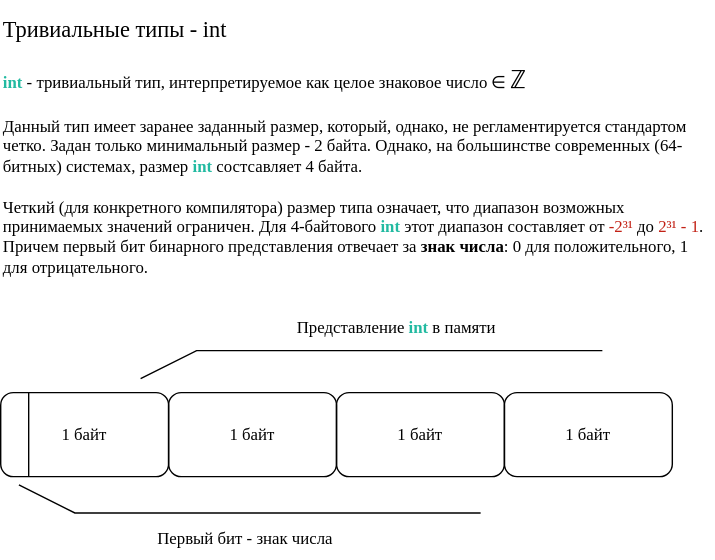
Before: img/svg/Lec-03/C++-Lec-03.02-trivial-types-01-int.svg, a diagram exported from draw.io (Arugaf/IU5-Lectures). Source tidied: cells renumbered, new cells last; positions are measured from the earlier drawing's top-left corner, leaving out a move shared by most shapes. Source of this version:
```xml
<mxGraphModel>
  <root>
    <mxCell id="0" />
    <mxCell id="1" parent="0" />
    <mxCell id="2" value="&lt;div style=&quot;&quot;&gt;&lt;font face=&quot;Comfortaa&quot;&gt;&lt;span style=&quot;font-size: 16px;&quot;&gt;Тривиальные типы - int&lt;/span&gt;&lt;/font&gt;&lt;/div&gt;" style="text;html=1;strokeColor=none;fillColor=none;align=left;verticalAlign=middle;whiteSpace=wrap;rounded=0;" parent="1" vertex="1">
      <mxGeometry width="470" height="40" as="geometry" />
    </mxCell>
    <mxCell id="3" value="&lt;b&gt;&lt;font color=&quot;#22baa1&quot;&gt;int&lt;/font&gt;&lt;/b&gt; - тривиальный тип, интерпретируемое как целое знаковое число&amp;nbsp;∈ &lt;font style=&quot;font-size: 18px;&quot;&gt;ℤ&lt;/font&gt;&lt;br&gt;&lt;br&gt;Данный тип имеет заранее заданный размер, который, однако, не регламентируется стандартом четко. Задан только минимальный размер - 2 байта. Однако, на большинстве современных (64-битных) системах, размер &lt;b&gt;&lt;font color=&quot;#22baa1&quot;&gt;int&lt;/font&gt;&lt;/b&gt; состсавляет 4 байта.&lt;br&gt;&lt;br&gt;Четкий (для конкретного компилятора) размер типа означает, что диапазон возможных принимаемых значений ограничен. Для 4-байтового &lt;b&gt;&lt;font color=&quot;#22baa1&quot;&gt;int&lt;/font&gt;&lt;/b&gt; этот диапазон составляет от &lt;font style=&quot;&quot; color=&quot;#c22115&quot;&gt;-2³¹&lt;/font&gt; до &lt;font color=&quot;#c22115&quot;&gt;2³¹&amp;nbsp;- 1&lt;/font&gt;. Причем первый бит бинарного представления отвечает за &lt;b&gt;знак числа&lt;/b&gt;: 0 для положительного, 1 для отрицательного." style="text;html=1;strokeColor=none;fillColor=none;align=left;verticalAlign=top;whiteSpace=wrap;rounded=0;fontFamily=Comfortaa;fontSource=https%3A%2F%2Ffonts.googleapis.com%2Fcss%3Ffamily%3DComfortaa;" parent="1" vertex="1">
      <mxGeometry y="40" width="510" height="200" as="geometry" />
    </mxCell>
    <mxCell id="4" value="&lt;font face=&quot;Comfortaa&quot;&gt;1 байт&lt;/font&gt;" style="rounded=1;whiteSpace=wrap;html=1;fillColor=none;" parent="1" vertex="1">
      <mxGeometry y="280" width="120" height="60" as="geometry" />
    </mxCell>
    <mxCell id="5" value="&lt;font face=&quot;Comfortaa&quot;&gt;1 байт&lt;/font&gt;" style="rounded=1;whiteSpace=wrap;html=1;fillColor=none;" parent="1" vertex="1">
      <mxGeometry x="120" y="280" width="120" height="60" as="geometry" />
    </mxCell>
    <mxCell id="6" value="&lt;font face=&quot;Comfortaa&quot;&gt;1 байт&lt;/font&gt;" style="rounded=1;whiteSpace=wrap;html=1;fillColor=none;" parent="1" vertex="1">
      <mxGeometry x="240" y="280" width="120" height="60" as="geometry" />
    </mxCell>
    <mxCell id="7" value="&lt;font face=&quot;Comfortaa&quot;&gt;1 байт&lt;/font&gt;" style="rounded=1;whiteSpace=wrap;html=1;fillColor=none;" parent="1" vertex="1">
      <mxGeometry x="360" y="280" width="120" height="60" as="geometry" />
    </mxCell>
    <mxCell id="8" style="endArrow=none;html=1;rounded=0;" parent="1" edge="1">
      <mxGeometry relative="1" as="geometry">
        <mxPoint x="13" y="346" as="sourcePoint" />
        <mxPoint x="343" y="366" as="targetPoint" />
        <Array as="points">
          <mxPoint x="53" y="366" />
        </Array>
      </mxGeometry>
    </mxCell>
    <mxCell id="9" value="Представление &lt;b&gt;&lt;font color=&quot;#22baa1&quot;&gt;int&lt;/font&gt;&lt;/b&gt; в памяти" style="text;html=1;strokeColor=none;fillColor=none;align=left;verticalAlign=top;whiteSpace=wrap;rounded=0;fontFamily=Comfortaa;fontSource=https%3A%2F%2Ffonts.googleapis.com%2Fcss%3Ffamily%3DComfortaa;" parent="1" vertex="1">
      <mxGeometry x="210" y="220" width="210" height="30" as="geometry" />
    </mxCell>
    <mxCell id="10" value="Первый бит - знак числа" style="text;html=1;strokeColor=none;fillColor=none;align=center;verticalAlign=middle;whiteSpace=wrap;rounded=0;fontFamily=Comfortaa;fontSource=https%3A%2F%2Ffonts.googleapis.com%2Fcss%3Ffamily%3DComfortaa;" parent="1" vertex="1">
      <mxGeometry x="90" y="370" width="170" height="30" as="geometry" />
    </mxCell>
    <mxCell id="11" style="endArrow=none;html=1;rounded=0;" parent="1" edge="1">
      <mxGeometry relative="1" as="geometry">
        <mxPoint x="20" y="340" as="sourcePoint" />
        <mxPoint x="20" y="280" as="targetPoint" />
      </mxGeometry>
    </mxCell>
    <mxCell id="12" style="endArrow=none;html=1;rounded=0;" parent="1" edge="1">
      <mxGeometry relative="1" as="geometry">
        <mxPoint x="100" y="270" as="sourcePoint" />
        <mxPoint x="430" y="250" as="targetPoint" />
        <Array as="points">
          <mxPoint x="140" y="250" />
        </Array>
      </mxGeometry>
    </mxCell>
  </root>
</mxGraphModel>
```
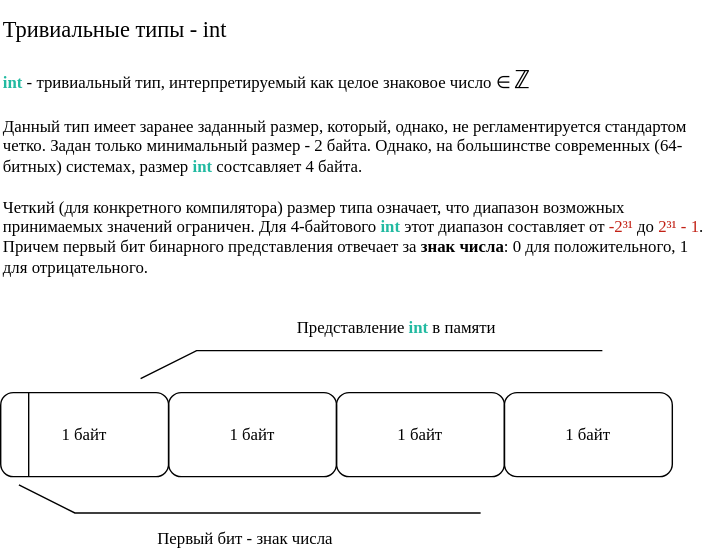
After the change.

Diff of the diagram source:
```diff
@@ -5,7 +5,7 @@
     <mxCell id="2" value="&lt;div style=&quot;&quot;&gt;&lt;font face=&quot;Comfortaa&quot;&gt;&lt;span style=&quot;font-size: 16px;&quot;&gt;Тривиальные типы - int&lt;/span&gt;&lt;/font&gt;&lt;/div&gt;" style="text;html=1;strokeColor=none;fillColor=none;align=left;verticalAlign=middle;whiteSpace=wrap;rounded=0;" parent="1" vertex="1">
       <mxGeometry width="470" height="40" as="geometry" />
     </mxCell>
-    <mxCell id="3" value="&lt;b&gt;&lt;font color=&quot;#22baa1&quot;&gt;int&lt;/font&gt;&lt;/b&gt; - тривиальный тип, интерпретируемое как целое знаковое число&amp;nbsp;∈ &lt;font style=&quot;font-size: 18px;&quot;&gt;ℤ&lt;/font&gt;&lt;br&gt;&lt;br&gt;Данный тип имеет заранее заданный размер, который, однако, не регламентируется стандартом четко. Задан только минимальный размер - 2 байта. Однако, на большинстве современных (64-битных) системах, размер &lt;b&gt;&lt;font color=&quot;#22baa1&quot;&gt;int&lt;/font&gt;&lt;/b&gt; состсавляет 4 байта.&lt;br&gt;&lt;br&gt;Четкий (для конкретного компилятора) размер типа означает, что диапазон возможных принимаемых значений ограничен. Для 4-байтового &lt;b&gt;&lt;font color=&quot;#22baa1&quot;&gt;int&lt;/font&gt;&lt;/b&gt; этот диапазон составляет от &lt;font style=&quot;&quot; color=&quot;#c22115&quot;&gt;-2³¹&lt;/font&gt; до &lt;font color=&quot;#c22115&quot;&gt;2³¹&amp;nbsp;- 1&lt;/font&gt;. Причем первый бит бинарного представления отвечает за &lt;b&gt;знак числа&lt;/b&gt;: 0 для положительного, 1 для отрицательного." style="text;html=1;strokeColor=none;fillColor=none;align=left;verticalAlign=top;whiteSpace=wrap;rounded=0;fontFamily=Comfortaa;fontSource=https%3A%2F%2Ffonts.googleapis.com%2Fcss%3Ffamily%3DComfortaa;" parent="1" vertex="1">
+    <mxCell id="3" value="&lt;b&gt;&lt;font color=&quot;#22baa1&quot;&gt;int&lt;/font&gt;&lt;/b&gt; - тривиальный тип, интерпретируемый как целое знаковое число&amp;nbsp;∈ &lt;font style=&quot;font-size: 18px;&quot;&gt;ℤ&lt;/font&gt;&lt;br&gt;&lt;br&gt;Данный тип имеет заранее заданный размер, который, однако, не регламентируется стандартом четко. Задан только минимальный размер - 2 байта. Однако, на большинстве современных (64-битных) системах, размер &lt;b&gt;&lt;font color=&quot;#22baa1&quot;&gt;int&lt;/font&gt;&lt;/b&gt; состсавляет 4 байта.&lt;br&gt;&lt;br&gt;Четкий (для конкретного компилятора) размер типа означает, что диапазон возможных принимаемых значений ограничен. Для 4-байтового &lt;b&gt;&lt;font color=&quot;#22baa1&quot;&gt;int&lt;/font&gt;&lt;/b&gt; этот диапазон составляет от &lt;font style=&quot;&quot; color=&quot;#c22115&quot;&gt;-2³¹&lt;/font&gt; до &lt;font color=&quot;#c22115&quot;&gt;2³¹&amp;nbsp;- 1&lt;/font&gt;. Причем первый бит бинарного представления отвечает за &lt;b&gt;знак числа&lt;/b&gt;: 0 для положительного, 1 для отрицательного." style="text;html=1;strokeColor=none;fillColor=none;align=left;verticalAlign=top;whiteSpace=wrap;rounded=0;fontFamily=Comfortaa;fontSource=https%3A%2F%2Ffonts.googleapis.com%2Fcss%3Ffamily%3DComfortaa;" parent="1" vertex="1">
       <mxGeometry y="40" width="510" height="200" as="geometry" />
     </mxCell>
     <mxCell id="4" value="&lt;font face=&quot;Comfortaa&quot;&gt;1 байт&lt;/font&gt;" style="rounded=1;whiteSpace=wrap;html=1;fillColor=none;" parent="1" vertex="1">
```
